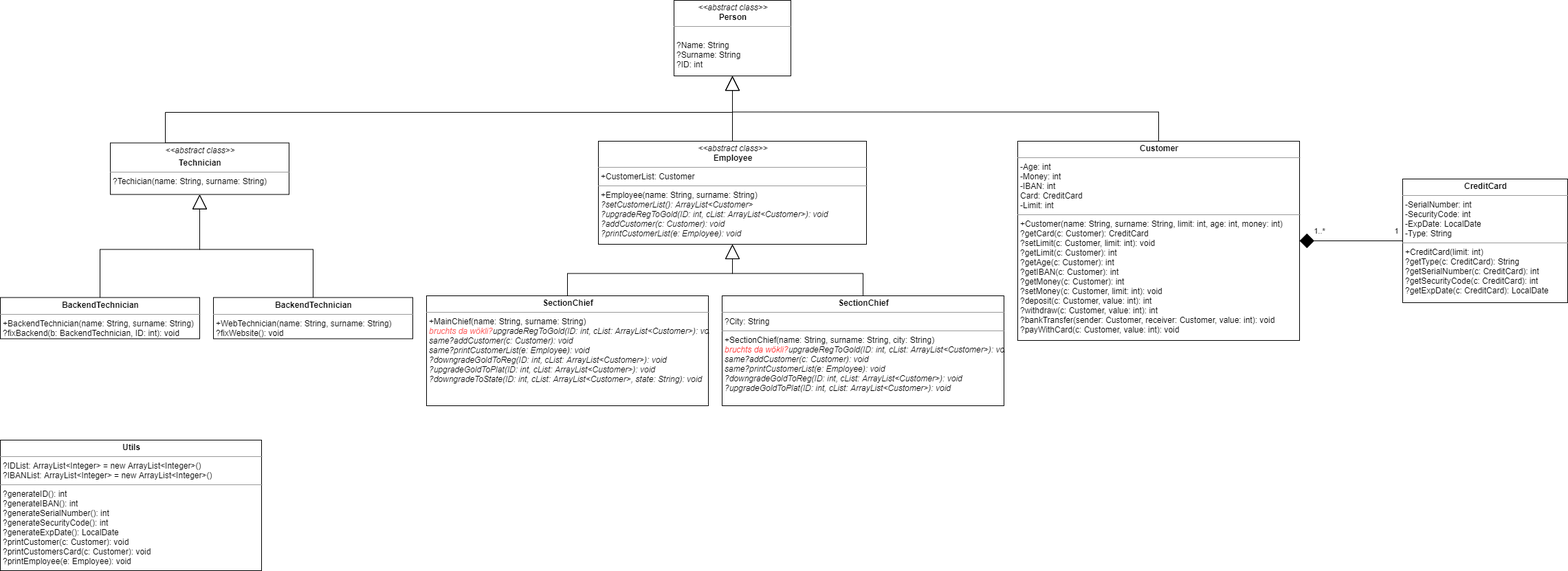
Earlier version of the draw.io export SoftCon2020_Assignment_4/UML/Class_Diagram.png (HuberNicolas/swc-group38). Source tidied: cells renumbered, new cells last; positions are measured from the earlier drawing's top-left corner, leaving out a move shared by most shapes.
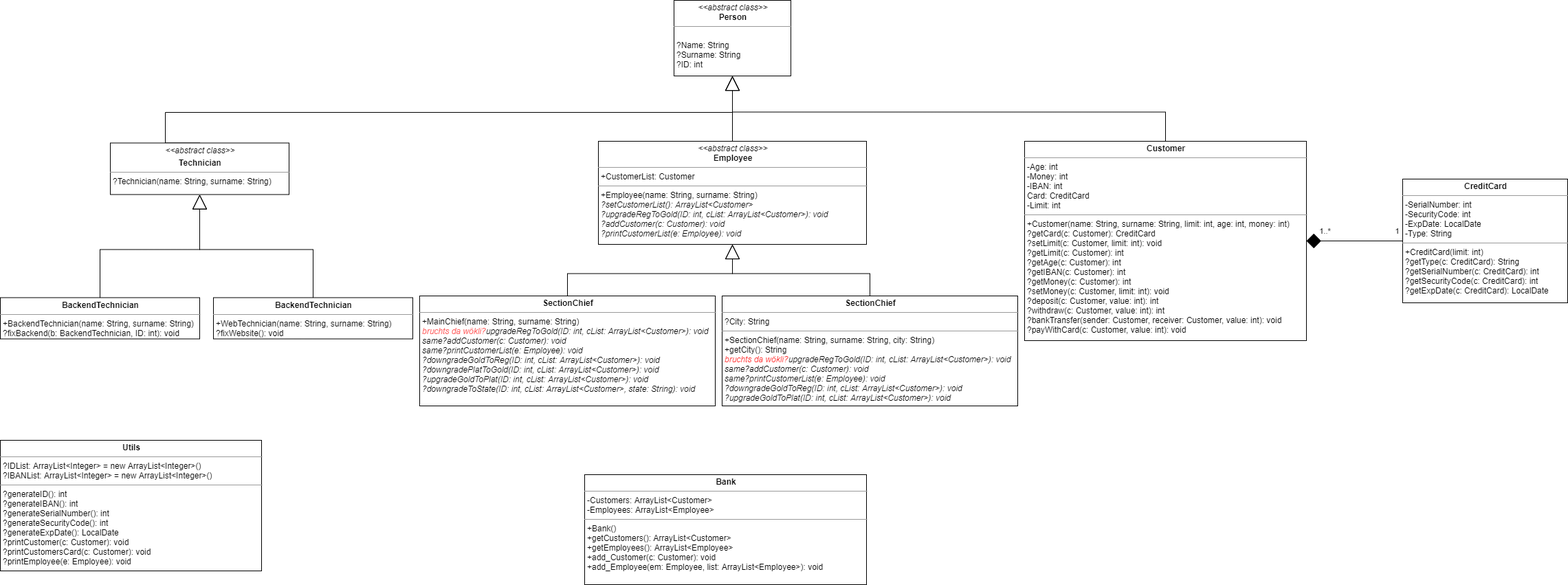
The same file after the commit.

Commit message:
added Bank in class diagram

The edit, as a diff of the source:
```diff
@@ -20,7 +20,7 @@
       <mxGeometry x="980" width="170" height="110" as="geometry" />
     </mxCell>
     <mxCell id="6" value="&lt;p style=&quot;margin: 0px ; margin-top: 4px ; text-align: center&quot;&gt;&lt;b&gt;Customer&lt;/b&gt;&lt;/p&gt;&lt;hr size=&quot;1&quot;&gt;&lt;p style=&quot;margin: 0px ; margin-left: 4px&quot;&gt;-Age: int&lt;/p&gt;&lt;p style=&quot;margin: 0px ; margin-left: 4px&quot;&gt;-Money: int&lt;/p&gt;&lt;p style=&quot;margin: 0px ; margin-left: 4px&quot;&gt;-IBAN: int&lt;/p&gt;&lt;p style=&quot;margin: 0px ; margin-left: 4px&quot;&gt;Card: CreditCard&lt;/p&gt;&lt;p style=&quot;margin: 0px ; margin-left: 4px&quot;&gt;-Limit: int&lt;/p&gt;&lt;hr size=&quot;1&quot;&gt;&lt;p style=&quot;margin: 0px ; margin-left: 4px&quot;&gt;+Customer(name: String, surname: String, limit: int, age: int, money: int)&lt;/p&gt;&lt;p style=&quot;margin: 0px ; margin-left: 4px&quot;&gt;?getCard(c: Customer): CreditCard&lt;/p&gt;&lt;p style=&quot;margin: 0px ; margin-left: 4px&quot;&gt;?setLimit(c: Customer, limit: int): void&lt;/p&gt;&lt;p style=&quot;margin: 0px ; margin-left: 4px&quot;&gt;?getLimit(c: Customer): int&lt;/p&gt;&lt;p style=&quot;margin: 0px ; margin-left: 4px&quot;&gt;?getAge(c: Customer): int&lt;br&gt;&lt;/p&gt;&lt;p style=&quot;margin: 0px ; margin-left: 4px&quot;&gt;?getIBAN(c: Customer): int&lt;br&gt;&lt;/p&gt;&lt;p style=&quot;margin: 0px ; margin-left: 4px&quot;&gt;?getMoney(c: Customer): int&lt;br&gt;&lt;/p&gt;&lt;p style=&quot;margin: 0px ; margin-left: 4px&quot;&gt;?setMoney(c: Customer, limit: int&lt;span&gt;): void&lt;/span&gt;&lt;/p&gt;&lt;p style=&quot;margin: 0px ; margin-left: 4px&quot;&gt;&lt;span&gt;?deposit(c: Customer, value: int): int&lt;/span&gt;&lt;/p&gt;&lt;p style=&quot;margin: 0px ; margin-left: 4px&quot;&gt;&lt;span&gt;?withdraw(c: Customer, value: int): int&lt;/span&gt;&lt;/p&gt;&lt;p style=&quot;margin: 0px ; margin-left: 4px&quot;&gt;&lt;span&gt;?bankTransfer(sender: Customer, receiver: Customer, value: int): void&lt;/span&gt;&lt;/p&gt;&lt;p style=&quot;margin: 0px ; margin-left: 4px&quot;&gt;&lt;span&gt;?payWithCard(c: Customer, value: int): void&lt;/span&gt;&lt;/p&gt;&lt;p style=&quot;margin: 0px ; margin-left: 4px&quot;&gt;&lt;br&gt;&lt;/p&gt;&lt;p style=&quot;margin: 0px 0px 0px 4px&quot;&gt;&lt;span style=&quot;font-size: 12px&quot;&gt;&lt;br&gt;&lt;/span&gt;&lt;/p&gt;" style="verticalAlign=top;align=left;overflow=fill;fontSize=12;fontFamily=Helvetica;html=1;labelBackgroundColor=none;" parent="1" vertex="1">
-      <mxGeometry x="1480" y="205" width="410" height="290" as="geometry" />
+      <mxGeometry x="1490" y="205" width="410" height="290" as="geometry" />
     </mxCell>
     <mxCell id="7" style="edgeStyle=orthogonalEdgeStyle;rounded=0;jettySize=auto;html=1;exitX=0.5;exitY=1;exitDx=0;exitDy=0;entryX=0.5;entryY=0;entryDx=0;entryDy=0;startArrow=block;startFill=0;startSize=19;endArrow=none;endFill=0;" parent="1" edge="1" source="9" target="10">
       <mxGeometry relative="1" as="geometry" />
@@ -31,8 +31,8 @@
     <mxCell id="9" value="&lt;p style=&quot;margin: 0px ; margin-top: 4px ; text-align: center&quot;&gt;&lt;i&gt;&amp;lt;&amp;lt;abstract class&amp;gt;&amp;gt;&lt;/i&gt;&lt;br&gt;&lt;b&gt;Employee&lt;/b&gt;&lt;/p&gt;&lt;hr size=&quot;1&quot;&gt;&lt;p style=&quot;margin: 0px ; margin-left: 4px&quot;&gt;&lt;span style=&quot;font-size: 12px&quot;&gt;+CustomerList: Customer&lt;/span&gt;&lt;br&gt;&lt;/p&gt;&lt;hr size=&quot;1&quot;&gt;&lt;p style=&quot;margin: 0px ; margin-left: 4px&quot;&gt;&lt;span style=&quot;font-size: 12px&quot;&gt;+Employee(name: String, surname: String)&lt;/span&gt;&lt;/p&gt;&lt;p style=&quot;margin: 0px ; margin-left: 4px&quot;&gt;&lt;span style=&quot;font-size: 12px&quot;&gt;&lt;i&gt;?setCustomerList(): ArrayList&amp;lt;Customer&amp;gt;&lt;/i&gt;&lt;/span&gt;&lt;/p&gt;&lt;p style=&quot;margin: 0px ; margin-left: 4px&quot;&gt;&lt;span style=&quot;font-size: 12px&quot;&gt;&lt;i&gt;?upgradeRegToGold(ID: int, cList: ArrayList&amp;lt;Customer&amp;gt;): void&lt;/i&gt;&lt;/span&gt;&lt;/p&gt;&lt;p style=&quot;margin: 0px ; margin-left: 4px&quot;&gt;&lt;i&gt;?addCustomer(c: Customer): void&lt;/i&gt;&lt;/p&gt;&lt;p style=&quot;margin: 0px ; margin-left: 4px&quot;&gt;&lt;i&gt;?printCustomerList(e: Employee): void&lt;/i&gt;&lt;/p&gt;" style="verticalAlign=top;align=left;overflow=fill;fontSize=12;fontFamily=Helvetica;html=1;" parent="1" vertex="1">
       <mxGeometry x="870" y="205" width="390" height="150" as="geometry" />
     </mxCell>
-    <mxCell id="10" value="&lt;p style=&quot;margin: 0px ; margin-top: 4px ; text-align: center&quot;&gt;&lt;b&gt;SectionChief&lt;/b&gt;&lt;/p&gt;&lt;hr size=&quot;1&quot;&gt;&lt;p style=&quot;margin: 0px ; margin-left: 4px&quot;&gt;&lt;/p&gt;&lt;p style=&quot;margin: 0px ; margin-left: 4px&quot;&gt;+MainChief(name: String, surname: String)&lt;/p&gt;&lt;p style=&quot;margin: 0px 0px 0px 4px&quot;&gt;&lt;i&gt;&lt;font color=&quot;#ff6666&quot;&gt;bruchts da wökli?&lt;/font&gt;upgradeRegToGold(ID: int, cList: ArrayList&amp;lt;Customer&amp;gt;): void&lt;/i&gt;&lt;/p&gt;&lt;p style=&quot;margin: 0px 0px 0px 4px&quot;&gt;&lt;i&gt;same?addCustomer(c: Customer): void&lt;/i&gt;&lt;/p&gt;&lt;p style=&quot;margin: 0px 0px 0px 4px&quot;&gt;&lt;i&gt;same?printCustomerList(e: Employee): void&lt;/i&gt;&lt;/p&gt;&lt;p style=&quot;margin: 0px 0px 0px 4px&quot;&gt;&lt;i&gt;?downgradeGoldToReg(ID: int, cList: ArrayList&amp;lt;Customer&amp;gt;): void&lt;/i&gt;&lt;/p&gt;&lt;p style=&quot;margin: 0px 0px 0px 4px&quot;&gt;&lt;i&gt;?upgradeGoldToPlat(ID: int, cList: ArrayList&amp;lt;Customer&amp;gt;): void&lt;/i&gt;&lt;/p&gt;&lt;p style=&quot;margin: 0px 0px 0px 4px&quot;&gt;&lt;i&gt;?downgradeToState(ID: int, cList: ArrayList&amp;lt;Customer&amp;gt;, state: String): void&lt;/i&gt;&lt;/p&gt;" style="verticalAlign=top;align=left;overflow=fill;fontSize=12;fontFamily=Helvetica;html=1;labelBackgroundColor=none;" parent="1" vertex="1">
-      <mxGeometry x="620" y="430" width="410" height="160" as="geometry" />
+    <mxCell id="10" value="&lt;p style=&quot;margin: 0px ; margin-top: 4px ; text-align: center&quot;&gt;&lt;b&gt;SectionChief&lt;/b&gt;&lt;/p&gt;&lt;hr size=&quot;1&quot;&gt;&lt;p style=&quot;margin: 0px ; margin-left: 4px&quot;&gt;&lt;/p&gt;&lt;p style=&quot;margin: 0px ; margin-left: 4px&quot;&gt;+MainChief(name: String, surname: String)&lt;/p&gt;&lt;p style=&quot;margin: 0px 0px 0px 4px&quot;&gt;&lt;i&gt;&lt;font color=&quot;#ff6666&quot;&gt;bruchts da wökli?&lt;/font&gt;upgradeRegToGold(ID: int, cList: ArrayList&amp;lt;Customer&amp;gt;): void&lt;/i&gt;&lt;/p&gt;&lt;p style=&quot;margin: 0px 0px 0px 4px&quot;&gt;&lt;i&gt;same?addCustomer(c: Customer): void&lt;/i&gt;&lt;/p&gt;&lt;p style=&quot;margin: 0px 0px 0px 4px&quot;&gt;&lt;i&gt;same?printCustomerList(e: Employee): void&lt;/i&gt;&lt;/p&gt;&lt;p style=&quot;margin: 0px 0px 0px 4px&quot;&gt;&lt;i&gt;?downgradeGoldToReg(ID: int, cList: ArrayList&amp;lt;Customer&amp;gt;): void&lt;/i&gt;&lt;/p&gt;&lt;p style=&quot;margin: 0px 0px 0px 4px&quot;&gt;&lt;i&gt;?downgradePlatToGold(ID: int, cList: ArrayList&amp;lt;Customer&amp;gt;): void&lt;/i&gt;&lt;/p&gt;&lt;p style=&quot;margin: 0px 0px 0px 4px&quot;&gt;&lt;i&gt;?upgradeGoldToPlat(ID: int, cList: ArrayList&amp;lt;Customer&amp;gt;): void&lt;/i&gt;&lt;/p&gt;&lt;p style=&quot;margin: 0px 0px 0px 4px&quot;&gt;&lt;i&gt;?downgradeToState(ID: int, cList: ArrayList&amp;lt;Customer&amp;gt;, state: String): void&lt;/i&gt;&lt;/p&gt;" style="verticalAlign=top;align=left;overflow=fill;fontSize=12;fontFamily=Helvetica;html=1;labelBackgroundColor=none;" parent="1" vertex="1">
+      <mxGeometry x="610" y="430" width="430" height="160" as="geometry" />
     </mxCell>
     <mxCell id="11" value="&lt;p style=&quot;margin: 0px ; margin-top: 4px ; text-align: center&quot;&gt;&lt;b&gt;CreditCard&lt;/b&gt;&lt;/p&gt;&lt;hr size=&quot;1&quot;&gt;&lt;p style=&quot;margin: 0px ; margin-left: 4px&quot;&gt;-SerialNumber: int&lt;/p&gt;&lt;p style=&quot;margin: 0px ; margin-left: 4px&quot;&gt;-SecurityCode: int&lt;/p&gt;&lt;p style=&quot;margin: 0px ; margin-left: 4px&quot;&gt;-ExpDate: LocalDate&lt;/p&gt;&lt;p style=&quot;margin: 0px ; margin-left: 4px&quot;&gt;-Type: String&lt;/p&gt;&lt;hr size=&quot;1&quot;&gt;&lt;p style=&quot;margin: 0px ; margin-left: 4px&quot;&gt;+CreditCard(limit: int)&lt;/p&gt;&lt;p style=&quot;margin: 0px ; margin-left: 4px&quot;&gt;?getType(c: CreditCard): String&lt;/p&gt;&lt;p style=&quot;margin: 0px ; margin-left: 4px&quot;&gt;?getSerialNumber(c: CreditCard): int&lt;/p&gt;&lt;p style=&quot;margin: 0px ; margin-left: 4px&quot;&gt;?getSecurityCode(c: CreditCard): int&lt;br&gt;&lt;/p&gt;&lt;p style=&quot;margin: 0px 0px 0px 4px&quot;&gt;?getExpDate(c: CreditCard): LocalDate&lt;span style=&quot;font-size: 12px&quot;&gt;&lt;br&gt;&lt;/span&gt;&lt;/p&gt;" style="verticalAlign=top;align=left;overflow=fill;fontSize=12;fontFamily=Helvetica;html=1;labelBackgroundColor=none;" parent="1" vertex="1">
       <mxGeometry x="2040" y="260" width="240" height="180" as="geometry" />
@@ -56,7 +56,7 @@
     <mxCell id="16" style="edgeStyle=orthogonalEdgeStyle;rounded=0;jettySize=auto;html=1;exitX=0.5;exitY=1;exitDx=0;exitDy=0;entryX=0.5;entryY=0;entryDx=0;entryDy=0;startArrow=block;startFill=0;startSize=19;endArrow=none;endFill=0;" parent="1" edge="1" source="17" target="19">
       <mxGeometry relative="1" as="geometry" />
     </mxCell>
-    <mxCell id="17" value="&lt;p style=&quot;margin: 0px ; margin-top: 4px ; text-align: center&quot;&gt;&lt;i&gt;&amp;lt;&amp;lt;abstract class&amp;gt;&amp;gt;&lt;/i&gt;&lt;b&gt;&lt;br&gt;&lt;/b&gt;&lt;/p&gt;&lt;p style=&quot;margin: 0px ; margin-top: 4px ; text-align: center&quot;&gt;&lt;b&gt;Technician&lt;/b&gt;&lt;/p&gt;&lt;hr size=&quot;1&quot;&gt;&lt;p style=&quot;margin: 0px ; margin-left: 4px&quot;&gt;&lt;/p&gt;&lt;p style=&quot;margin: 0px ; margin-left: 4px&quot;&gt;?Techician(name: String, surname: String)&lt;/p&gt;" style="verticalAlign=top;align=left;overflow=fill;fontSize=12;fontFamily=Helvetica;html=1;labelBackgroundColor=none;" parent="1" vertex="1">
+    <mxCell id="17" value="&lt;p style=&quot;margin: 0px ; margin-top: 4px ; text-align: center&quot;&gt;&lt;i&gt;&amp;lt;&amp;lt;abstract class&amp;gt;&amp;gt;&lt;/i&gt;&lt;b&gt;&lt;br&gt;&lt;/b&gt;&lt;/p&gt;&lt;p style=&quot;margin: 0px ; margin-top: 4px ; text-align: center&quot;&gt;&lt;b&gt;Technician&lt;/b&gt;&lt;/p&gt;&lt;hr size=&quot;1&quot;&gt;&lt;p style=&quot;margin: 0px ; margin-left: 4px&quot;&gt;&lt;/p&gt;&lt;p style=&quot;margin: 0px ; margin-left: 4px&quot;&gt;?Technician(name: String, surname: String)&lt;/p&gt;" style="verticalAlign=top;align=left;overflow=fill;fontSize=12;fontFamily=Helvetica;html=1;labelBackgroundColor=none;" parent="1" vertex="1">
       <mxGeometry x="160" y="207.5" width="260" height="75" as="geometry" />
     </mxCell>
     <mxCell id="18" value="&lt;p style=&quot;margin: 0px ; margin-top: 4px ; text-align: center&quot;&gt;&lt;b&gt;BackendTechnician&lt;/b&gt;&lt;/p&gt;&lt;hr size=&quot;1&quot;&gt;&lt;p style=&quot;margin: 0px ; margin-left: 4px&quot;&gt;&lt;/p&gt;&lt;p style=&quot;margin: 0px ; margin-left: 4px&quot;&gt;+BackendTechnician(name: String, surname: String)&lt;/p&gt;&lt;p style=&quot;margin: 0px ; margin-left: 4px&quot;&gt;?fixBackend(b: BackendTechnician, ID: int): void&lt;/p&gt;" style="verticalAlign=top;align=left;overflow=fill;fontSize=12;fontFamily=Helvetica;html=1;labelBackgroundColor=none;" parent="1" vertex="1">
@@ -65,11 +65,14 @@
     <mxCell id="19" value="&lt;p style=&quot;margin: 0px ; margin-top: 4px ; text-align: center&quot;&gt;&lt;b&gt;BackendTechnician&lt;/b&gt;&lt;/p&gt;&lt;hr size=&quot;1&quot;&gt;&lt;p style=&quot;margin: 0px ; margin-left: 4px&quot;&gt;&lt;/p&gt;&lt;p style=&quot;margin: 0px ; margin-left: 4px&quot;&gt;+WebTechnician(name: String, surname: String)&lt;/p&gt;&lt;p style=&quot;margin: 0px ; margin-left: 4px&quot;&gt;?fixWebsite(): void&lt;/p&gt;" style="verticalAlign=top;align=left;overflow=fill;fontSize=12;fontFamily=Helvetica;html=1;labelBackgroundColor=none;" parent="1" vertex="1">
       <mxGeometry x="310" y="432.5" width="290" height="60" as="geometry" />
     </mxCell>
-    <mxCell id="20" value="&lt;p style=&quot;margin: 0px ; margin-top: 4px ; text-align: center&quot;&gt;&lt;b&gt;SectionChief&lt;/b&gt;&lt;/p&gt;&lt;hr size=&quot;1&quot;&gt;&lt;p style=&quot;margin: 0px ; margin-left: 4px&quot;&gt;?City: String&lt;/p&gt;&lt;hr size=&quot;1&quot;&gt;&lt;p style=&quot;margin: 0px ; margin-left: 4px&quot;&gt;+SectionChief(name: String, surname: String, city: String)&lt;/p&gt;&lt;p style=&quot;margin: 0px 0px 0px 4px&quot;&gt;&lt;i&gt;&lt;font color=&quot;#ff3333&quot;&gt;bruchts da wökli?&lt;/font&gt;upgradeRegToGold(ID: int, cList: ArrayList&amp;lt;Customer&amp;gt;): void&lt;/i&gt;&lt;/p&gt;&lt;p style=&quot;margin: 0px 0px 0px 4px&quot;&gt;&lt;i&gt;same?addCustomer(c: Customer): void&lt;/i&gt;&lt;/p&gt;&lt;p style=&quot;margin: 0px 0px 0px 4px&quot;&gt;&lt;i&gt;same?printCustomerList(e: Employee): void&lt;/i&gt;&lt;/p&gt;&lt;p style=&quot;margin: 0px 0px 0px 4px&quot;&gt;&lt;i&gt;?downgradeGoldToReg(ID: int, cList: ArrayList&amp;lt;Customer&amp;gt;): void&lt;/i&gt;&lt;/p&gt;&lt;p style=&quot;margin: 0px 0px 0px 4px&quot;&gt;&lt;i&gt;?upgradeGoldToPlat(ID: int, cList: ArrayList&amp;lt;Customer&amp;gt;): void&lt;/i&gt;&lt;/p&gt;&lt;p style=&quot;margin: 0px 0px 0px 4px&quot;&gt;&lt;i&gt;&lt;br&gt;&lt;/i&gt;&lt;/p&gt;&lt;p style=&quot;margin: 0px ; margin-left: 4px&quot;&gt;&lt;br&gt;&lt;/p&gt;" style="verticalAlign=top;align=left;overflow=fill;fontSize=12;fontFamily=Helvetica;html=1;labelBackgroundColor=none;" parent="1" vertex="1">
-      <mxGeometry x="1050" y="430" width="410" height="160" as="geometry" />
+    <mxCell id="20" value="&lt;p style=&quot;margin: 0px ; margin-top: 4px ; text-align: center&quot;&gt;&lt;b&gt;SectionChief&lt;/b&gt;&lt;/p&gt;&lt;hr size=&quot;1&quot;&gt;&lt;p style=&quot;margin: 0px ; margin-left: 4px&quot;&gt;?City: String&lt;/p&gt;&lt;hr size=&quot;1&quot;&gt;&lt;p style=&quot;margin: 0px ; margin-left: 4px&quot;&gt;+SectionChief(name: String, surname: String, city: String)&lt;/p&gt;&lt;p style=&quot;margin: 0px ; margin-left: 4px&quot;&gt;+getCity(): String&lt;/p&gt;&lt;p style=&quot;margin: 0px 0px 0px 4px&quot;&gt;&lt;i&gt;&lt;font color=&quot;#ff3333&quot;&gt;bruchts da wökli?&lt;/font&gt;upgradeRegToGold(ID: int, cList: ArrayList&amp;lt;Customer&amp;gt;): void&lt;/i&gt;&lt;/p&gt;&lt;p style=&quot;margin: 0px 0px 0px 4px&quot;&gt;&lt;i&gt;same?addCustomer(c: Customer): void&lt;/i&gt;&lt;/p&gt;&lt;p style=&quot;margin: 0px 0px 0px 4px&quot;&gt;&lt;i&gt;same?printCustomerList(e: Employee): void&lt;/i&gt;&lt;/p&gt;&lt;p style=&quot;margin: 0px 0px 0px 4px&quot;&gt;&lt;i&gt;?downgradeGoldToReg(ID: int, cList: ArrayList&amp;lt;Customer&amp;gt;): void&lt;/i&gt;&lt;/p&gt;&lt;p style=&quot;margin: 0px 0px 0px 4px&quot;&gt;&lt;i&gt;?upgradeGoldToPlat(ID: int, cList: ArrayList&amp;lt;Customer&amp;gt;): void&lt;/i&gt;&lt;/p&gt;&lt;p style=&quot;margin: 0px 0px 0px 4px&quot;&gt;&lt;i&gt;&lt;br&gt;&lt;/i&gt;&lt;/p&gt;&lt;p style=&quot;margin: 0px ; margin-left: 4px&quot;&gt;&lt;br&gt;&lt;/p&gt;" style="verticalAlign=top;align=left;overflow=fill;fontSize=12;fontFamily=Helvetica;html=1;labelBackgroundColor=none;" parent="1" vertex="1">
+      <mxGeometry x="1050" y="430" width="430" height="160" as="geometry" />
     </mxCell>
     <mxCell id="21" value="&lt;p style=&quot;margin: 0px ; margin-top: 4px ; text-align: center&quot;&gt;&lt;b&gt;Utils&lt;/b&gt;&lt;/p&gt;&lt;hr size=&quot;1&quot;&gt;&lt;p style=&quot;margin: 0px ; margin-left: 4px&quot;&gt;?IDList: ArrayList&amp;lt;Integer&amp;gt; = new ArrayList&amp;lt;Integer&amp;gt;()&lt;/p&gt;&lt;p style=&quot;margin: 0px ; margin-left: 4px&quot;&gt;?IBANList: ArrayList&amp;lt;Integer&amp;gt; = new ArrayList&amp;lt;Integer&amp;gt;()&lt;/p&gt;&lt;hr size=&quot;1&quot;&gt;&lt;p style=&quot;margin: 0px ; margin-left: 4px&quot;&gt;?generateID(): int&lt;/p&gt;&lt;p style=&quot;margin: 0px ; margin-left: 4px&quot;&gt;?generateIBAN(): int&lt;/p&gt;&lt;p style=&quot;margin: 0px ; margin-left: 4px&quot;&gt;?generateSerialNumber(): int&lt;/p&gt;&lt;p style=&quot;margin: 0px ; margin-left: 4px&quot;&gt;?generateSecurityCode(): int&lt;/p&gt;&lt;p style=&quot;margin: 0px ; margin-left: 4px&quot;&gt;?generateExpDate(): LocalDate&lt;/p&gt;&lt;p style=&quot;margin: 0px ; margin-left: 4px&quot;&gt;?printCustomer(c: Customer): void&lt;/p&gt;&lt;p style=&quot;margin: 0px ; margin-left: 4px&quot;&gt;?printCustomersCard(c: Customer): void&lt;/p&gt;&lt;p style=&quot;margin: 0px ; margin-left: 4px&quot;&gt;?printEmployee(e: Employee): void&lt;/p&gt;" style="verticalAlign=top;align=left;overflow=fill;fontSize=12;fontFamily=Helvetica;html=1;labelBackgroundColor=none;" parent="1" vertex="1">
       <mxGeometry y="640" width="380" height="190" as="geometry" />
     </mxCell>
+    <mxCell id="22" value="&lt;p style=&quot;margin: 0px ; margin-top: 4px ; text-align: center&quot;&gt;&lt;b&gt;Bank&lt;/b&gt;&lt;/p&gt;&lt;hr size=&quot;1&quot;&gt;&lt;p style=&quot;margin: 0px ; margin-left: 4px&quot;&gt;-Customers: ArrayList&amp;lt;Customer&amp;gt;&lt;/p&gt;&lt;p style=&quot;margin: 0px ; margin-left: 4px&quot;&gt;-Employees: ArrayList&amp;lt;Employee&amp;gt;&lt;/p&gt;&lt;hr size=&quot;1&quot;&gt;&lt;p style=&quot;margin: 0px ; margin-left: 4px&quot;&gt;+Bank()&lt;/p&gt;&lt;p style=&quot;margin: 0px ; margin-left: 4px&quot;&gt;+getCustomers(): ArrayList&amp;lt;Customer&amp;gt;&lt;/p&gt;&lt;p style=&quot;margin: 0px ; margin-left: 4px&quot;&gt;+getEmployees(): ArrayList&amp;lt;Employee&amp;gt;&lt;/p&gt;&lt;p style=&quot;margin: 0px ; margin-left: 4px&quot;&gt;+add_Customer(c: Customer): void&lt;/p&gt;&lt;p style=&quot;margin: 0px ; margin-left: 4px&quot;&gt;+add_Employee(em: Employee, list: ArrayList&amp;lt;Employee&amp;gt;): void&lt;/p&gt;&lt;p style=&quot;margin: 0px 0px 0px 4px&quot;&gt;&lt;i&gt;&lt;br&gt;&lt;/i&gt;&lt;/p&gt;&lt;p style=&quot;margin: 0px ; margin-left: 4px&quot;&gt;&lt;br&gt;&lt;/p&gt;" style="verticalAlign=top;align=left;overflow=fill;fontSize=12;fontFamily=Helvetica;html=1;labelBackgroundColor=none;" parent="1" vertex="1">
+      <mxGeometry x="850" y="690" width="410" height="160" as="geometry" />
+    </mxCell>
   </root>
 </mxGraphModel>
```
